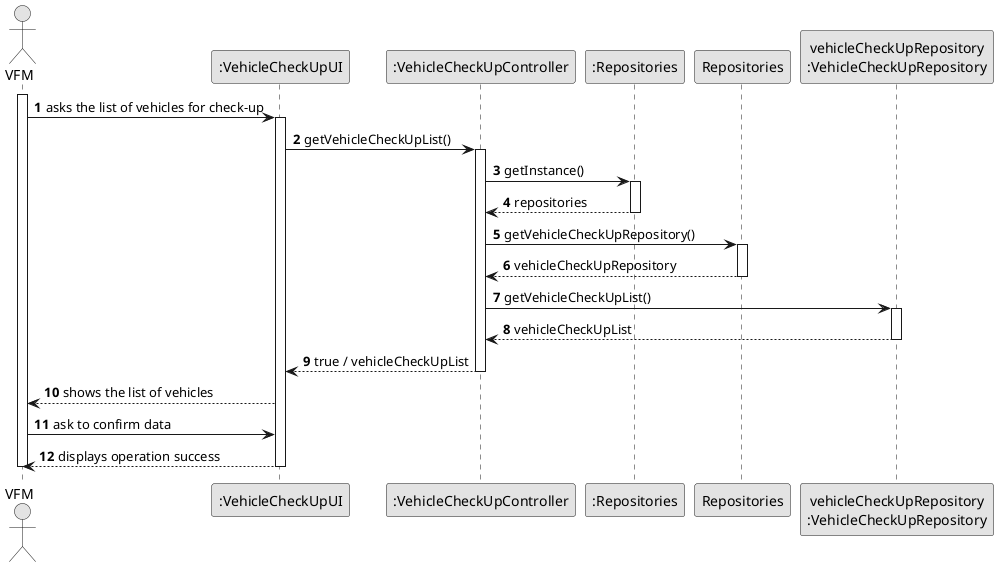
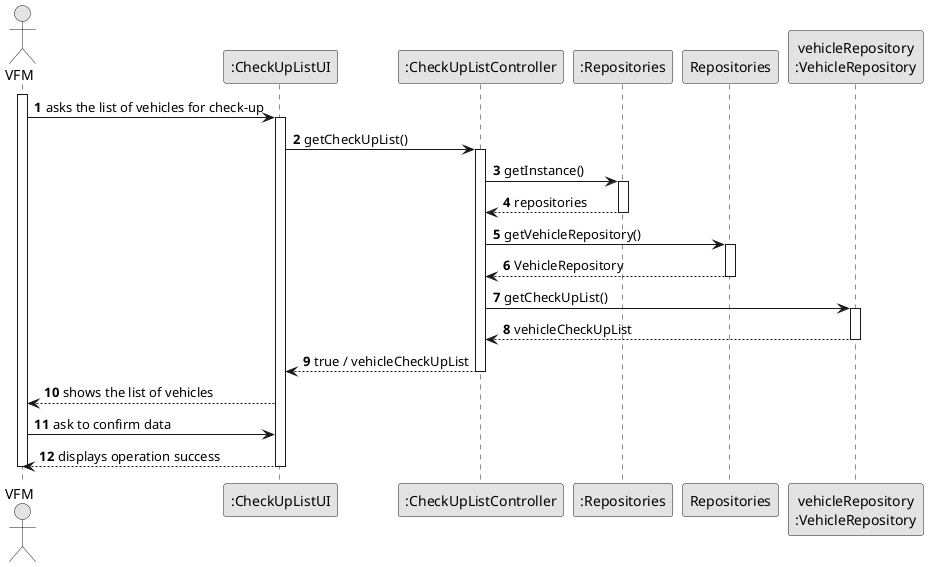
@startuml
skinparam monochrome true
skinparam packageStyle rectangle
skinparam shadowing false

autonumber

'hide footbox
actor "VFM" as VFM
- participant ":VehicleCheckUpUI" as UI
+ participant ":CheckUpListUI" as UI

- participant ":VehicleCheckUpController" as CTRL
+ participant ":CheckUpListController" as CTRL

participant ":Repositories" as Repositories
participant "Repositories" as Repos
- participant "vehicleCheckUpRepository\n:VehicleCheckUpRepository" as VehicleCheckUpRepository
+ participant "vehicleRepository\n:VehicleRepository" as VehicleRepository

activate VFM

    VFM -> UI : asks the list of vehicles for check-up
    activate UI

-     UI -> CTRL : getVehicleCheckUpList()
+     UI -> CTRL : getCheckUpList()
    activate CTRL

    CTRL -> Repositories : getInstance()
    activate Repositories

    Repositories --> CTRL : repositories
    deactivate Repositories

-     CTRL -> Repos : getVehicleCheckUpRepository()
+     CTRL -> Repos : getVehicleRepository()
    activate Repos

-     Repos --> CTRL :vehicleCheckUpRepository
+     Repos --> CTRL :VehicleRepository
    deactivate Repos

-     CTRL -> VehicleCheckUpRepository : getVehicleCheckUpList()
-     activate VehicleCheckUpRepository
+     CTRL -> VehicleRepository : getCheckUpList()
+     activate VehicleRepository

-     VehicleCheckUpRepository --> CTRL : vehicleCheckUpList
-     deactivate VehicleCheckUpRepository
+     VehicleRepository --> CTRL : vehicleCheckUpList
+     deactivate VehicleRepository

-     deactivate VehicleCheckUpRepository
+     deactivate VehicleRepository

    CTRL --> UI: true / vehicleCheckUpList
    deactivate CTRL

    UI --> VFM : shows the list of vehicles

    VFM -> UI : ask to confirm data

    UI --> VFM : displays operation success
    deactivate UI

deactivate VFM

@enduml